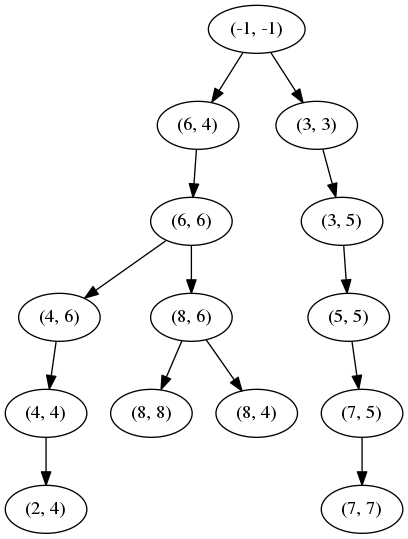
Earlier version of the Graphviz export tree.png (groupe25/LE_CHEMIN_DES_CHEFS). Its source is kept beside it as tree.dot.
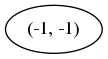
Later version of the same file.

Diff of the diagram source:
```diff
@@ -1,29 +1,3 @@
 strict digraph G {
-"(6, 4)" [niveau=1];
-"(4, 6)" [niveau=3];
-"(6, 6)" [niveau=2];
-"(4, 4)" [niveau=4];
-"(5, 5)" [niveau=3];
-"(3, 5)" [niveau=2];
-"(8, 8)" [niveau=4];
-"(7, 5)" [niveau=4];
 "(-1, -1)" [niveau=0];
-"(7, 7)" [niveau=5];
-"(8, 6)" [niveau=3];
-"(8, 4)" [niveau=4];
-"(2, 4)" [niveau=5];
-"(3, 3)" [niveau=1];
-"(6, 4)" -> "(6, 6)";
-"(4, 6)" -> "(4, 4)";
-"(6, 6)" -> "(8, 6)";
-"(6, 6)" -> "(4, 6)";
-"(4, 4)" -> "(2, 4)";
-"(5, 5)" -> "(7, 5)";
-"(3, 5)" -> "(5, 5)";
-"(7, 5)" -> "(7, 7)";
-"(-1, -1)" -> "(6, 4)";
-"(-1, -1)" -> "(3, 3)";
-"(8, 6)" -> "(8, 8)";
-"(8, 6)" -> "(8, 4)";
-"(3, 3)" -> "(3, 5)";
 }
```
